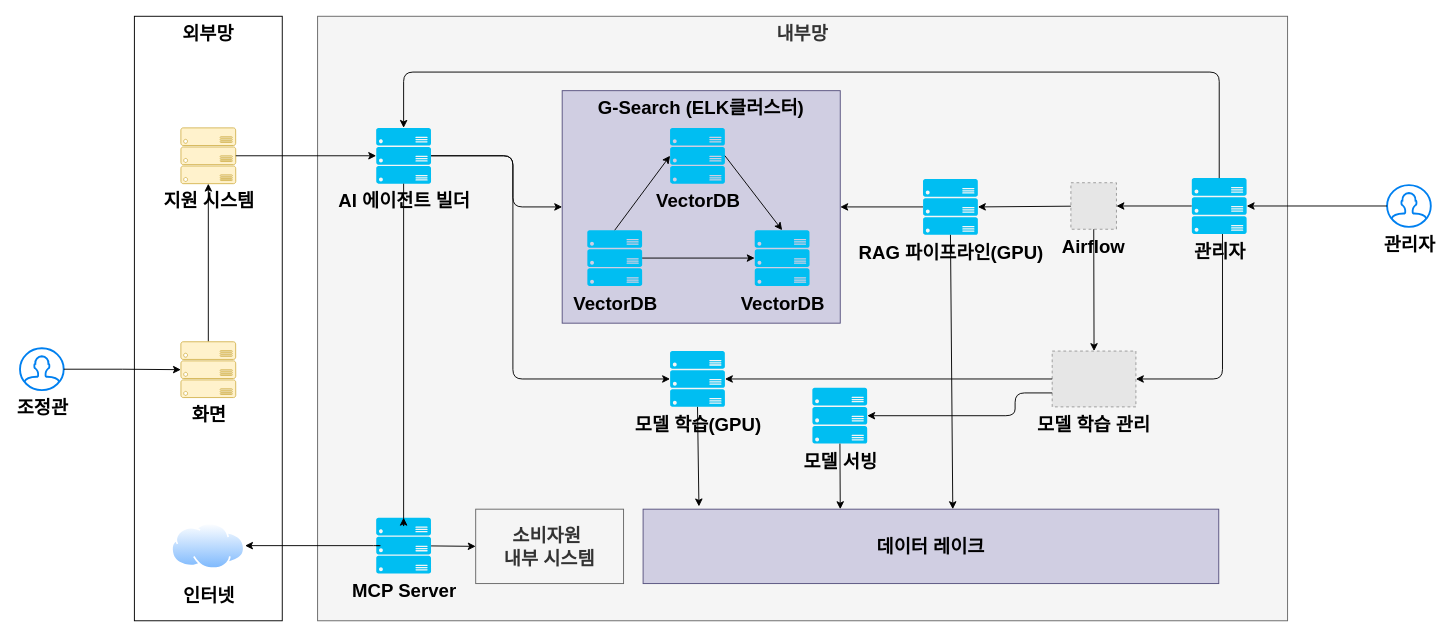
This is page "서버구성(2차년도)" (9 of 9) of docs/KCA.drawio from eunpa/KCA, a draw.io file, before an edit. Source tidied: cells renumbered, new cells numbered last; positions are measured from the earlier drawing's top-left corner, leaving out a move shared by most shapes. Both pictures are drawn from the tidied source at 93%, with x=0, y=0 at pixel (20, 16). Pictures stored in the file or linked from it are replaced by grey dashed boxes.
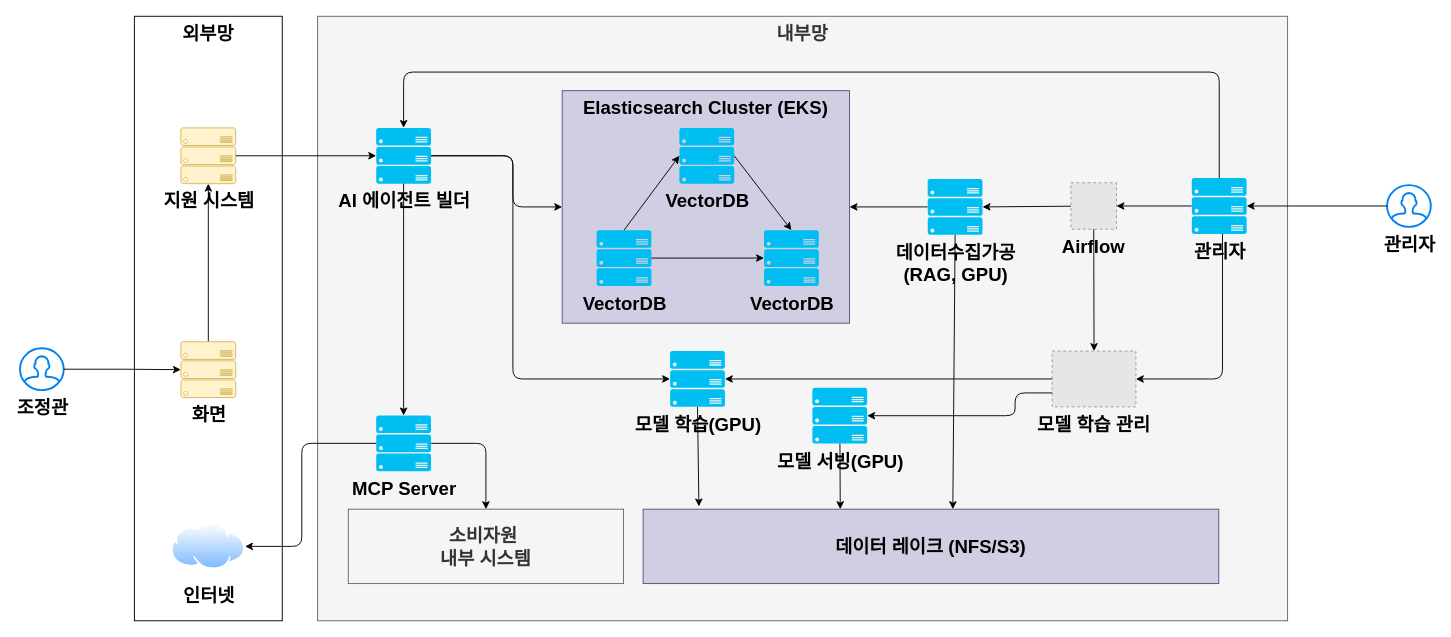
Above is the later version.

Unchanged cells that the change refers to:
```xml
<mxCell id="9" value="AI 에이전트 빌더" style="verticalLabelPosition=bottom;html=1;verticalAlign=top;align=center;strokeColor=none;fillColor=#00BEF2;shape=mxgraph.azure.server_rack;fontStyle=1;fontSize=20;" parent="1" vertex="1">
  <mxGeometry x="383" y="120" width="59" height="60" as="geometry" />
</mxCell>
<mxCell id="21" value="인터넷" style="image;perimeter=ellipsePerimeter;html=1;align=center;shadow=0;dashed=0;spacingTop=3;image=img/lib/active_directory/internet_cloud.svg;fontSize=20;fontStyle=1;" parent="1" vertex="1">
  <mxGeometry x="163" y="539.2" width="79" height="61.5" as="geometry" />
</mxCell>
```

Change to the diagram source:
```diff
@@
     <mxCell id="3" value="소비자원&amp;nbsp;&lt;div&gt;내부 시스템&lt;/div&gt;" style="whiteSpace=wrap;html=1;fontStyle=1;verticalAlign=middle;align=center;fillColor=#f5f5f5;fontColor=#333333;strokeColor=#666666;fontSize=20;" parent="1" vertex="1">
-      <mxGeometry x="490" y="530" width="159" height="80" as="geometry" />
+      <mxGeometry x="353" y="530" width="296" height="80" as="geometry" />
     </mxCell>
-    <mxCell id="4" value="G-Search (ELK클러스터)" style="whiteSpace=wrap;html=1;fontStyle=1;verticalAlign=top;fillColor=#d0cee2;strokeColor=#56517e;fontSize=20;" parent="1" vertex="1">
-      <mxGeometry x="583" y="80" width="299" height="250" as="geometry" />
+    <mxCell id="4" value="Elasticsearch Cluster (EKS)" style="whiteSpace=wrap;html=1;fontStyle=1;verticalAlign=top;fillColor=#d0cee2;strokeColor=#56517e;fontSize=20;" parent="1" vertex="1">
+      <mxGeometry x="583" y="80" width="309" height="250" as="geometry" />
     </mxCell>
@@
-    <mxCell id="10" style="edgeStyle=none;html=1;entryX=0;entryY=0.5;entryDx=0;entryDy=0;fontSize=20;" parent="1" edge="1" source="11" target="3">
+    <mxCell id="10" style="edgeStyle=orthogonalEdgeStyle;rounded=1;jettySize=auto;html=1;entryX=0.5;entryY=0;entryDx=0;entryDy=0;curved=0;exitX=1;exitY=0.5;exitDx=0;exitDy=0;exitPerimeter=0;" parent="1" edge="1" source="11" target="3">
       <mxGeometry relative="1" as="geometry" />
     </mxCell>
     <mxCell id="11" value="MCP Server" style="verticalLabelPosition=bottom;html=1;verticalAlign=top;align=center;strokeColor=none;fillColor=#00BEF2;shape=mxgraph.azure.server_rack;fontStyle=1;fontSize=20;" parent="1" vertex="1">
-      <mxGeometry x="383" y="539.2" width="59" height="60" as="geometry" />
+      <mxGeometry x="383" y="429.2" width="59" height="60" as="geometry" />
     </mxCell>
-    <mxCell id="12" style="edgeStyle=orthogonalEdgeStyle;rounded=1;jettySize=auto;html=1;exitX=0.5;exitY=1;exitDx=0;exitDy=0;exitPerimeter=0;entryX=0.5;entryY=0;entryDx=0;entryDy=0;entryPerimeter=0;curved=0;fontSize=20;" parent="1" edge="1" source="9" target="11">
-      <mxGeometry relative="1" as="geometry">
-        <Array as="points">
-          <mxPoint x="413" y="550" />
-          <mxPoint x="413" y="550" />
-        </Array>
-      </mxGeometry>
-    </mxCell>
@@
     <mxCell id="22" value="&lt;span style=&quot;color: rgb(0, 0, 0);&quot;&gt;VectorDB&lt;/span&gt;" style="verticalLabelPosition=bottom;html=1;verticalAlign=top;align=center;strokeColor=none;fillColor=#00BEF2;shape=mxgraph.azure.server_rack;fontStyle=1;fontSize=20;" parent="1" vertex="1">
-      <mxGeometry x="610" y="230" width="59" height="60" as="geometry" />
+      <mxGeometry x="620" y="230" width="59" height="60" as="geometry" />
     </mxCell>
     <mxCell id="23" value="VectorDB" style="verticalLabelPosition=bottom;html=1;verticalAlign=top;align=center;strokeColor=none;fillColor=#00BEF2;shape=mxgraph.azure.server_rack;fontStyle=1;fontSize=20;" parent="1" vertex="1">
-      <mxGeometry x="699" y="120" width="59" height="60" as="geometry" />
+      <mxGeometry x="709" y="120" width="59" height="60" as="geometry" />
     </mxCell>
     <mxCell id="24" value="&lt;span style=&quot;color: rgb(0, 0, 0);&quot;&gt;VectorDB&lt;/span&gt;" style="verticalLabelPosition=bottom;html=1;verticalAlign=top;align=center;strokeColor=none;fillColor=#00BEF2;shape=mxgraph.azure.server_rack;fontStyle=1;fontSize=20;" parent="1" vertex="1">
-      <mxGeometry x="790" y="230" width="59" height="60" as="geometry" />
+      <mxGeometry x="800" y="230" width="59" height="60" as="geometry" />
     </mxCell>
@@
-    <mxCell id="31" value="모델 서빙" style="verticalLabelPosition=bottom;html=1;verticalAlign=top;align=center;strokeColor=none;fillColor=#00BEF2;shape=mxgraph.azure.server_rack;fontStyle=1;fontSize=20;" parent="1" vertex="1">
+    <mxCell id="31" value="모델 서빙(GPU)" style="verticalLabelPosition=bottom;html=1;verticalAlign=top;align=center;strokeColor=none;fillColor=#00BEF2;shape=mxgraph.azure.server_rack;fontStyle=1;fontSize=20;" parent="1" vertex="1">
       <mxGeometry x="852" y="399.5" width="59" height="60" as="geometry" />
     </mxCell>
@@
-    <mxCell id="33" value="RAG 파이프라인(GPU)" style="verticalLabelPosition=bottom;html=1;verticalAlign=top;align=center;strokeColor=none;fillColor=#00BEF2;shape=mxgraph.azure.server_rack;fontStyle=1;fontSize=20;" parent="1" vertex="1">
-      <mxGeometry x="971" y="175" width="59" height="60" as="geometry" />
+    <mxCell id="33" value="데이터수집가공&lt;div&gt;(RAG, GPU)&lt;/div&gt;" style="verticalLabelPosition=bottom;html=1;verticalAlign=top;align=center;strokeColor=none;fillColor=#00BEF2;shape=mxgraph.azure.server_rack;fontStyle=1;fontSize=20;" parent="1" vertex="1">
+      <mxGeometry x="976" y="175" width="59" height="60" as="geometry" />
     </mxCell>
-    <mxCell id="34" value="데이터 레이크" style="whiteSpace=wrap;html=1;fontStyle=1;verticalAlign=middle;fillColor=#d0cee2;strokeColor=#56517e;fontSize=20;" parent="1" vertex="1">
+    <mxCell id="34" value="데이터 레이크 (NFS/S3)" style="whiteSpace=wrap;html=1;fontStyle=1;verticalAlign=middle;fillColor=#d0cee2;strokeColor=#56517e;fontSize=20;" parent="1" vertex="1">
       <mxGeometry x="670" y="530" width="619" height="80" as="geometry" />
     </mxCell>
@@
     <mxCell id="38" style="edgeStyle=orthogonalEdgeStyle;html=1;exitX=0;exitY=0.5;exitDx=0;exitDy=0;exitPerimeter=0;fontSize=20;" parent="1" edge="1" source="11" target="21">
       <mxGeometry relative="1" as="geometry">
         <Array as="points">
-          <mxPoint x="390" y="570" />
-          <mxPoint x="390" y="570" />
+          <mxPoint x="303" y="459" />
+          <mxPoint x="303" y="570" />
         </Array>
       </mxGeometry>
     </mxCell>
-    <mxCell id="39" style="edgeStyle=none;html=1;exitX=0.5;exitY=1;exitDx=0;exitDy=0;exitPerimeter=0;fontSize=20;" parent="1" edge="1" source="33">
-      <mxGeometry relative="1" as="geometry">
-        <mxPoint x="1003" y="530" as="targetPoint" />
-      </mxGeometry>
+    <mxCell id="39" style="edgeStyle=none;html=1;exitX=0.5;exitY=1;exitDx=0;exitDy=0;exitPerimeter=0;fontSize=20;entryX=0.538;entryY=0;entryDx=0;entryDy=0;entryPerimeter=0;" parent="1" edge="1" source="33" target="34">
+      <mxGeometry relative="1" as="geometry" />
     </mxCell>
@@
+    <mxCell id="12" style="edgeStyle=orthogonalEdgeStyle;rounded=0;jettySize=auto;html=1;entryX=0.5;entryY=0;entryDx=0;entryDy=0;entryPerimeter=0;" parent="1" edge="1" source="9" target="11">
+      <mxGeometry relative="1" as="geometry" />
+    </mxCell>
```
